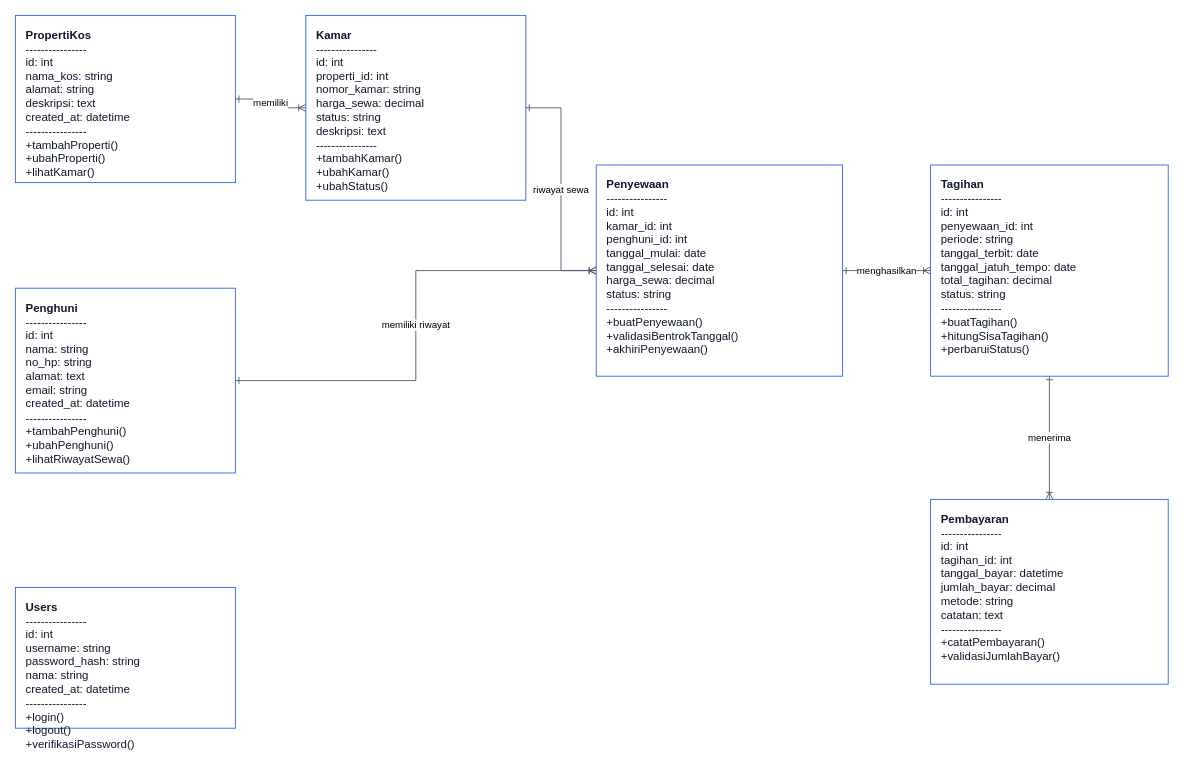
This is KosManage_ClassDiagram.drawio from SXHU01/sistem-manajemen-kos, a draw.io file, before an edit. Source tidied: cells renumbered, new cells numbered last; positions are measured from the earlier drawing's top-left corner, leaving out a move shared by most shapes. Both pictures are drawn from the tidied source at 88%, with x=0, y=0 at pixel (15, 15).
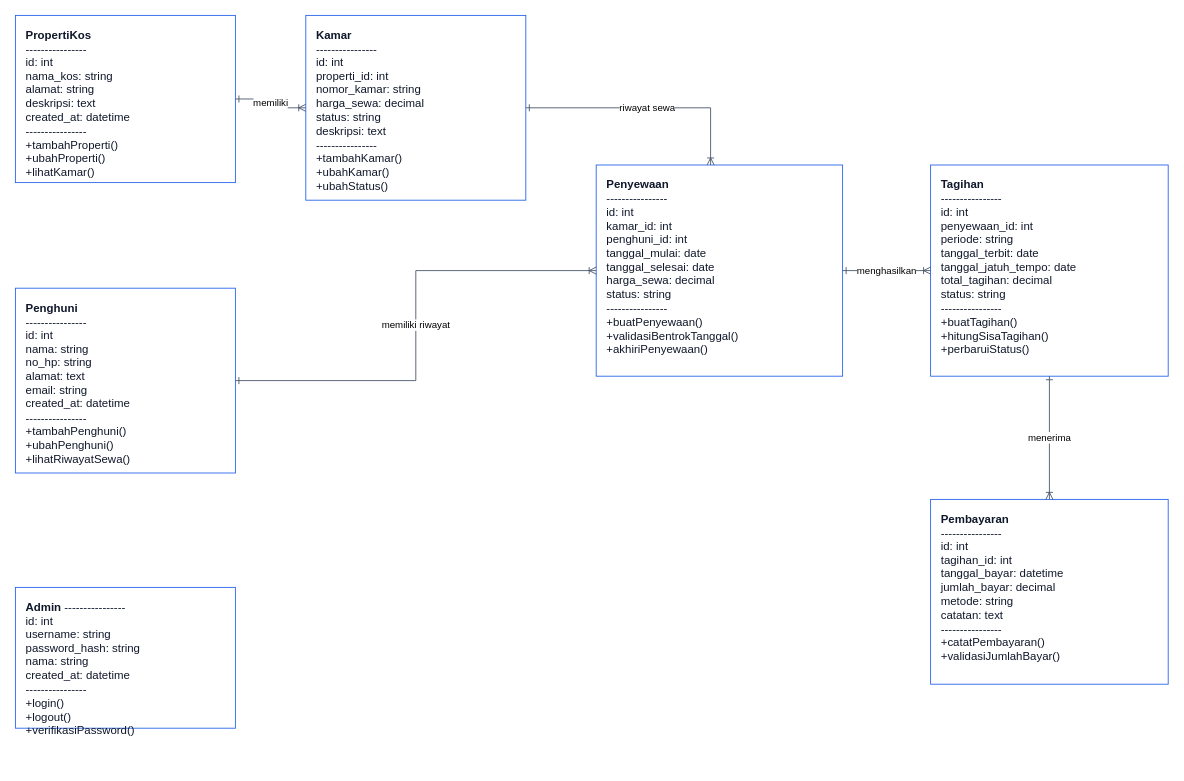
After the change.

Change to the diagram source:
```diff
@@
 <mxGraphModel>
   <root>
     <mxCell id="0" />
     <mxCell id="1" parent="0" />
     <mxCell id="2" value="&lt;b&gt;PropertiKos&lt;/b&gt;&amp;#xa;----------------&amp;#xa;id: int&amp;#xa;nama_kos: string&amp;#xa;alamat: string&amp;#xa;deskripsi: text&amp;#xa;created_at: datetime&amp;#xa;----------------&amp;#xa;+tambahProperti()&amp;#xa;+ubahProperti()&amp;#xa;+lihatKamar()&amp;#xa;" style="rounded=0;whiteSpace=wrap;html=1;align=left;verticalAlign=top;spacingLeft=10;spacingTop=8;fillColor=#ffffff;strokeColor=#2563eb;fontColor=#0f172a;fontSize=13;" parent="1" vertex="1">
       <mxGeometry width="250" height="190" as="geometry" />
     </mxCell>
     <mxCell id="3" value="&lt;b&gt;Kamar&lt;/b&gt;&amp;#xa;----------------&amp;#xa;id: int&amp;#xa;properti_id: int&amp;#xa;nomor_kamar: string&amp;#xa;harga_sewa: decimal&amp;#xa;status: string&amp;#xa;deskripsi: text&amp;#xa;----------------&amp;#xa;+tambahKamar()&amp;#xa;+ubahKamar()&amp;#xa;+ubahStatus()&amp;#xa;" style="rounded=0;whiteSpace=wrap;html=1;align=left;verticalAlign=top;spacingLeft=10;spacingTop=8;fillColor=#ffffff;strokeColor=#2563eb;fontColor=#0f172a;fontSize=13;" parent="1" vertex="1">
       <mxGeometry x="330" width="250" height="210" as="geometry" />
     </mxCell>
     <mxCell id="4" value="&lt;b&gt;Penghuni&lt;/b&gt;&amp;#xa;----------------&amp;#xa;id: int&amp;#xa;nama: string&amp;#xa;no_hp: string&amp;#xa;alamat: text&amp;#xa;email: string&amp;#xa;created_at: datetime&amp;#xa;----------------&amp;#xa;+tambahPenghuni()&amp;#xa;+ubahPenghuni()&amp;#xa;+lihatRiwayatSewa()&amp;#xa;" style="rounded=0;whiteSpace=wrap;html=1;align=left;verticalAlign=top;spacingLeft=10;spacingTop=8;fillColor=#ffffff;strokeColor=#2563eb;fontColor=#0f172a;fontSize=13;" parent="1" vertex="1">
       <mxGeometry y="310" width="250" height="210" as="geometry" />
     </mxCell>
     <mxCell id="5" value="&lt;b&gt;Penyewaan&lt;/b&gt;&amp;#xa;----------------&amp;#xa;id: int&amp;#xa;kamar_id: int&amp;#xa;penghuni_id: int&amp;#xa;tanggal_mulai: date&amp;#xa;tanggal_selesai: date&amp;#xa;harga_sewa: decimal&amp;#xa;status: string&amp;#xa;----------------&amp;#xa;+buatPenyewaan()&amp;#xa;+validasiBentrokTanggal()&amp;#xa;+akhiriPenyewaan()&amp;#xa;" style="rounded=0;whiteSpace=wrap;html=1;align=left;verticalAlign=top;spacingLeft=10;spacingTop=8;fillColor=#ffffff;strokeColor=#2563eb;fontColor=#0f172a;fontSize=13;" parent="1" vertex="1">
       <mxGeometry x="660" y="170" width="280" height="240" as="geometry" />
     </mxCell>
     <mxCell id="6" value="&lt;b&gt;Tagihan&lt;/b&gt;&amp;#xa;----------------&amp;#xa;id: int&amp;#xa;penyewaan_id: int&amp;#xa;periode: string&amp;#xa;tanggal_terbit: date&amp;#xa;tanggal_jatuh_tempo: date&amp;#xa;total_tagihan: decimal&amp;#xa;status: string&amp;#xa;----------------&amp;#xa;+buatTagihan()&amp;#xa;+hitungSisaTagihan()&amp;#xa;+perbaruiStatus()&amp;#xa;" style="rounded=0;whiteSpace=wrap;html=1;align=left;verticalAlign=top;spacingLeft=10;spacingTop=8;fillColor=#ffffff;strokeColor=#2563eb;fontColor=#0f172a;fontSize=13;" parent="1" vertex="1">
       <mxGeometry x="1040" y="170" width="270" height="240" as="geometry" />
     </mxCell>
     <mxCell id="7" value="&lt;b&gt;Pembayaran&lt;/b&gt;&amp;#xa;----------------&amp;#xa;id: int&amp;#xa;tagihan_id: int&amp;#xa;tanggal_bayar: datetime&amp;#xa;jumlah_bayar: decimal&amp;#xa;metode: string&amp;#xa;catatan: text&amp;#xa;----------------&amp;#xa;+catatPembayaran()&amp;#xa;+validasiJumlahBayar()&amp;#xa;" style="rounded=0;whiteSpace=wrap;html=1;align=left;verticalAlign=top;spacingLeft=10;spacingTop=8;fillColor=#ffffff;strokeColor=#2563eb;fontColor=#0f172a;fontSize=13;" parent="1" vertex="1">
       <mxGeometry x="1040" y="550" width="270" height="210" as="geometry" />
     </mxCell>
-    <mxCell id="8" value="&lt;b&gt;Users&lt;/b&gt;&amp;#xa;----------------&amp;#xa;id: int&amp;#xa;username: string&amp;#xa;password_hash: string&amp;#xa;nama: string&amp;#xa;created_at: datetime&amp;#xa;----------------&amp;#xa;+login()&amp;#xa;+logout()&amp;#xa;+verifikasiPassword()&amp;#xa;" style="rounded=0;whiteSpace=wrap;html=1;align=left;verticalAlign=top;spacingLeft=10;spacingTop=8;fillColor=#ffffff;strokeColor=#2563eb;fontColor=#0f172a;fontSize=13;" parent="1" vertex="1">
+    <mxCell id="8" value="&lt;b&gt;Admin&lt;/b&gt; ----------------&lt;br/&gt;id: int&lt;br/&gt;username: string&lt;br/&gt;password_hash: string&lt;br/&gt;nama: string&lt;br/&gt;created_at: datetime&lt;br/&gt;----------------&lt;br/&gt;+login()&lt;br/&gt;+logout()&lt;br/&gt;+verifikasiPassword()&lt;div&gt;&lt;br/&gt;&lt;/div&gt;" style="rounded=0;whiteSpace=wrap;html=1;align=left;verticalAlign=top;spacingLeft=10;spacingTop=8;fillColor=#ffffff;strokeColor=#2563eb;fontColor=#0f172a;fontSize=13;" parent="1" vertex="1">
       <mxGeometry y="650" width="250" height="160" as="geometry" />
     </mxCell>
     <mxCell id="9" value="memiliki" style="edgeStyle=orthogonalEdgeStyle;rounded=0;jettySize=auto;html=1;endArrow=ERoneToMany;startArrow=ERone;startFill=0;endFill=0;strokeColor=#475569;fontSize=11;labelBackgroundColor=#ffffff;" parent="1" edge="1" source="2" target="3">
       <mxGeometry relative="1" as="geometry" />
     </mxCell>
     <mxCell id="10" value="riwayat sewa" style="edgeStyle=orthogonalEdgeStyle;rounded=0;jettySize=auto;html=1;endArrow=ERoneToMany;startArrow=ERone;startFill=0;endFill=0;strokeColor=#475569;fontSize=11;labelBackgroundColor=#ffffff;" parent="1" edge="1" source="3" target="5">
-      <mxGeometry relative="1" as="geometry" />
+      <mxGeometry relative="1" as="geometry">
+        <Array as="points">
+          <mxPoint x="790" y="105" />
+        </Array>
+      </mxGeometry>
     </mxCell>
     <mxCell id="11" value="memiliki riwayat" style="edgeStyle=orthogonalEdgeStyle;rounded=0;jettySize=auto;html=1;endArrow=ERoneToMany;startArrow=ERone;startFill=0;endFill=0;strokeColor=#475569;fontSize=11;labelBackgroundColor=#ffffff;" parent="1" edge="1" source="4" target="5">
       <mxGeometry relative="1" as="geometry" />
     </mxCell>
     <mxCell id="12" value="menghasilkan" style="edgeStyle=orthogonalEdgeStyle;rounded=0;jettySize=auto;html=1;endArrow=ERoneToMany;startArrow=ERone;startFill=0;endFill=0;strokeColor=#475569;fontSize=11;labelBackgroundColor=#ffffff;" parent="1" edge="1" source="5" target="6">
       <mxGeometry relative="1" as="geometry" />
     </mxCell>
     <mxCell id="13" value="menerima" style="edgeStyle=orthogonalEdgeStyle;rounded=0;jettySize=auto;html=1;endArrow=ERoneToMany;startArrow=ERone;startFill=0;endFill=0;strokeColor=#475569;fontSize=11;labelBackgroundColor=#ffffff;" parent="1" edge="1" source="6" target="7">
       <mxGeometry relative="1" as="geometry" />
     </mxCell>
   </root>
 </mxGraphModel>
```
